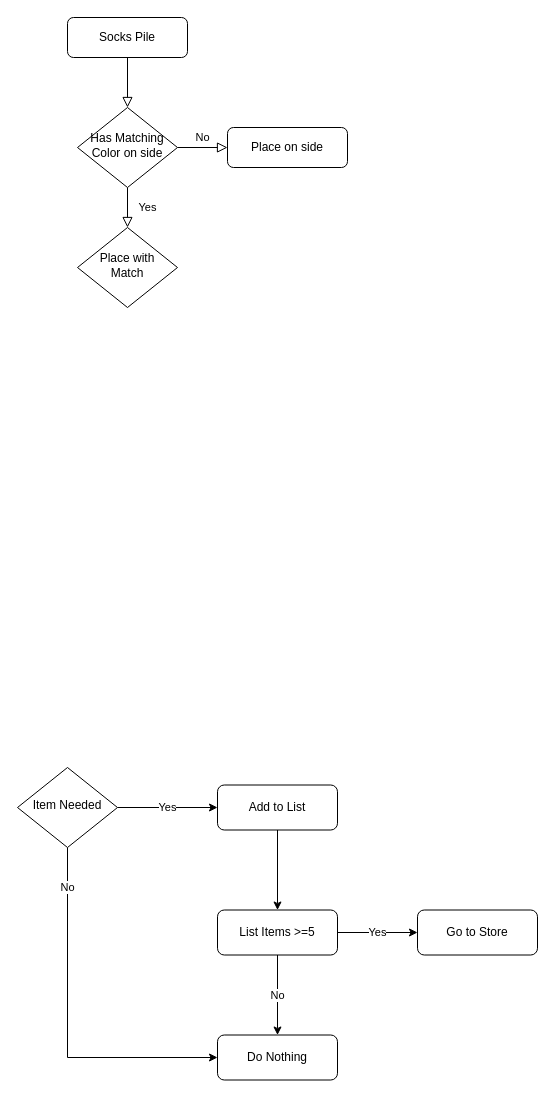
Earlier version of the draw.io diagram page "Socks" (1 of 5) of Comp Prog 12/Socks.drawio (Jchisholm204/JChisholm). Source tidied: cells renumbered, new cells numbered last; positions are measured from the earlier drawing's top-left corner, leaving out a move shared by most shapes. Both pictures are drawn from the tidied source at 100%, with x=0, y=0 at pixel (17, 17).
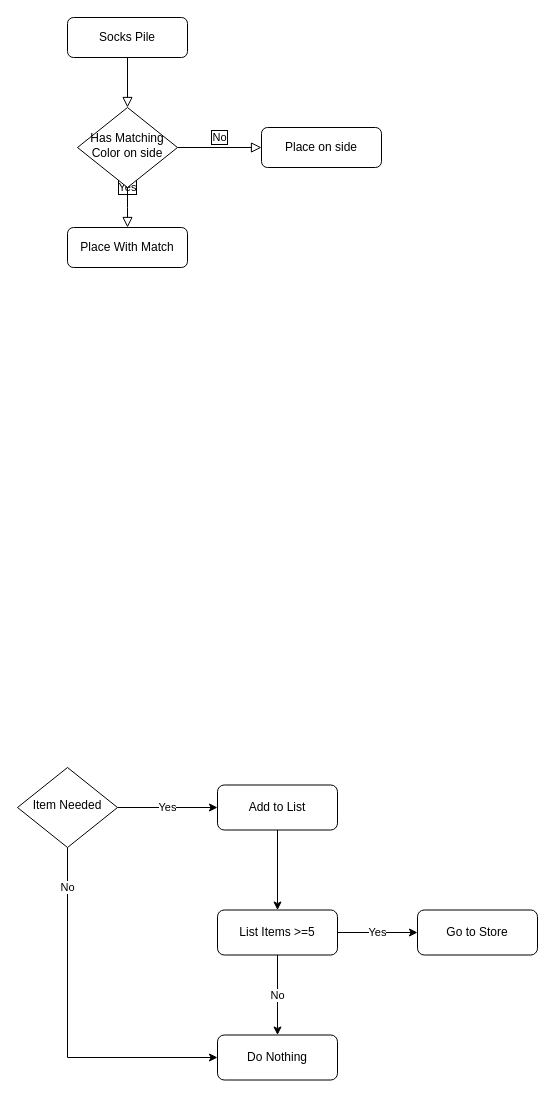
The same diagram, later.

The change refers to these unchanged cells:
```xml
<mxCell id="6" value="Has Matching Color on side" style="rhombus;whiteSpace=wrap;html=1;shadow=0;fontFamily=Helvetica;fontSize=12;align=center;strokeWidth=1;spacing=6;spacingTop=-4;" parent="1" vertex="1">
  <mxGeometry x="60" y="90" width="100" height="80" as="geometry" />
</mxCell>
```

What changed in the source:
```diff
@@
-    <mxCell id="4" value="Yes" style="rounded=0;html=1;jettySize=auto;fontSize=11;endArrow=block;endFill=0;endSize=8;strokeWidth=1;shadow=0;labelBackgroundColor=none;edgeStyle=orthogonalEdgeStyle;" parent="1" edge="1" source="6" target="8">
-      <mxGeometry y="20" relative="1" as="geometry" />
+    <mxCell id="4" value="Yes" style="rounded=0;html=1;jettySize=auto;fontSize=11;endArrow=block;endFill=0;endSize=8;strokeWidth=1;shadow=0;labelBackgroundColor=none;edgeStyle=orthogonalEdgeStyle;labelBorderColor=#000000;" parent="1" edge="1" source="6">
+      <mxGeometry y="20" relative="1" as="geometry">
+        <mxPoint x="110" y="210" as="targetPoint" />
+      </mxGeometry>
     </mxCell>
-    <mxCell id="5" value="No" style="edgeStyle=orthogonalEdgeStyle;rounded=0;html=1;jettySize=auto;fontSize=11;endArrow=block;endFill=0;endSize=8;strokeWidth=1;shadow=0;labelBackgroundColor=none;" parent="1" edge="1" source="6" target="7">
+    <mxCell id="5" value="No" style="edgeStyle=orthogonalEdgeStyle;rounded=0;html=1;jettySize=auto;fontSize=11;endArrow=block;endFill=0;endSize=8;strokeWidth=1;shadow=0;labelBackgroundColor=none;entryX=0;entryY=0.5;entryDx=0;entryDy=0;labelBorderColor=#000000;" parent="1" edge="1" source="6" target="19">
       <mxGeometry y="10" relative="1" as="geometry" />
     </mxCell>
@@
-    <mxCell id="7" value="Place on side" style="rounded=1;whiteSpace=wrap;html=1;fontSize=12;glass=0;strokeWidth=1;shadow=0;" parent="1" vertex="1">
-      <mxGeometry x="210" y="110" width="120" height="40" as="geometry" />
+    <mxCell id="7" value="Place With Match" style="rounded=1;whiteSpace=wrap;html=1;fontSize=12;glass=0;strokeWidth=1;shadow=0;" parent="1" vertex="1">
+      <mxGeometry x="50" y="210" width="120" height="40" as="geometry" />
     </mxCell>
-    <mxCell id="8" value="Place with Match" style="rhombus;whiteSpace=wrap;html=1;shadow=0;fontFamily=Helvetica;fontSize=12;align=center;strokeWidth=1;spacing=6;spacingTop=-4;" parent="1" vertex="1">
-      <mxGeometry x="60" y="210" width="100" height="80" as="geometry" />
-    </mxCell>
@@
+    <mxCell id="19" value="Place on side" style="rounded=1;whiteSpace=wrap;html=1;fontSize=12;glass=0;strokeWidth=1;shadow=0;" parent="1" vertex="1">
+      <mxGeometry x="244" y="110" width="120" height="40" as="geometry" />
+    </mxCell>
```
